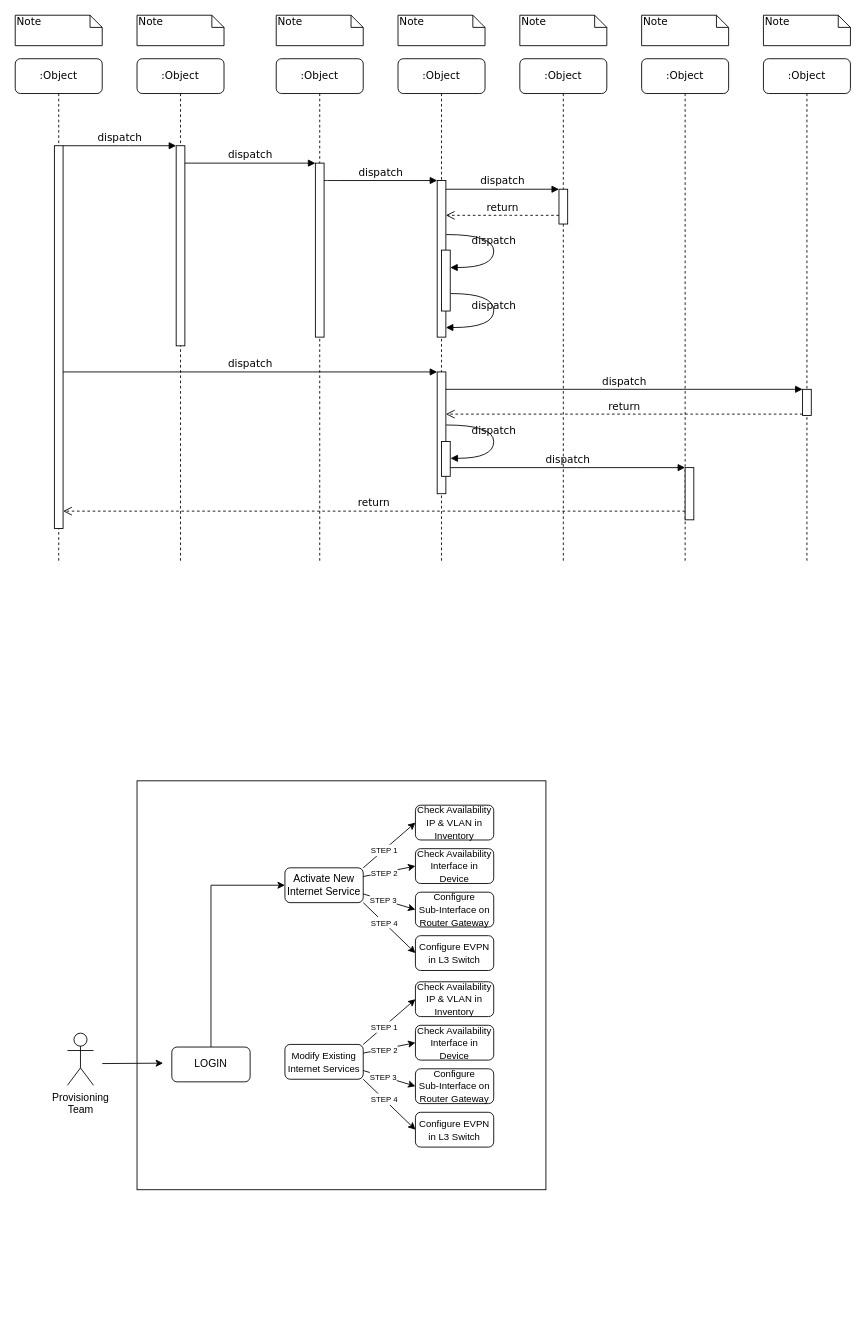
This is Untitled Diagram.drawio from zhieos/Flowchart, a draw.io file, before an edit. Source tidied: cells renumbered, new cells numbered last; positions are measured from the earlier drawing's top-left corner, leaving out a move shared by most shapes. Both pictures are drawn from the tidied source at 87%, with x=0, y=0 at pixel (15, 15).
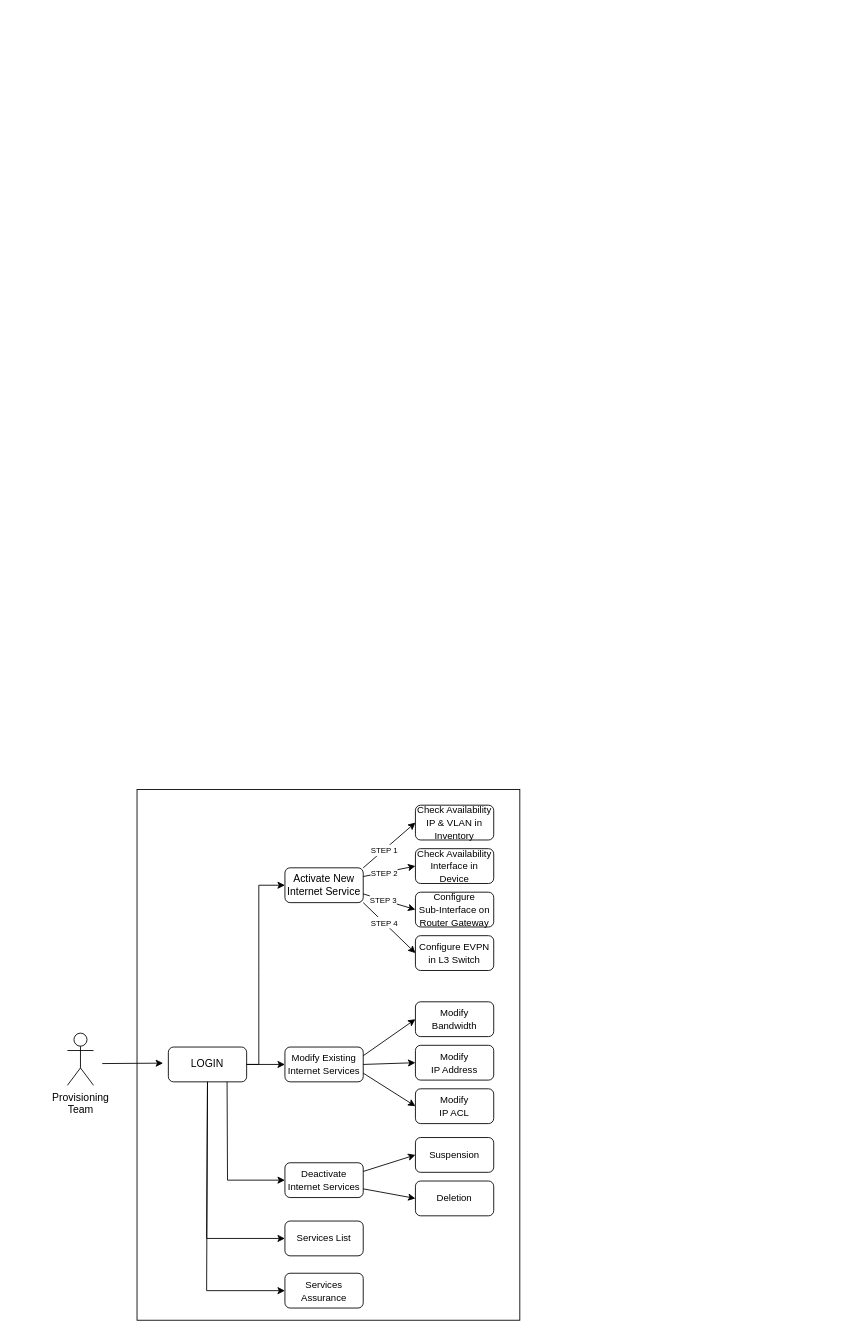
The same page after the edit.

Commit message:
Update use case Diagram.drawio

The change refers to these unchanged cells:
```xml
<mxCell id="42" value="Activate New Internet Service" style="rounded=1;whiteSpace=wrap;html=1;" parent="1" vertex="1">
  <mxGeometry x="310" y="980" width="90" height="40" as="geometry" />
</mxCell>
<mxCell id="66" style="endArrow=classic;html=1;rounded=0;exitX=1;exitY=0.75;exitDx=0;exitDy=0;entryX=0;entryY=0.5;entryDx=0;entryDy=0;" parent="1" edge="1" source="57" target="59">
  <mxGeometry relative="1" as="geometry" />
</mxCell>
```

Diff of the diagram source:
```diff
@@
-    <mxCell id="2" value=":Object" style="shape=umlLifeline;perimeter=lifelinePerimeter;whiteSpace=wrap;html=1;rounded=1;shadow=0;comic=0;labelBackgroundColor=none;strokeWidth=1;fontFamily=Verdana;fontSize=12;align=center;" parent="1" vertex="1">
-      <mxGeometry x="140" y="50" width="100" height="580" as="geometry" />
-    </mxCell>
-    <mxCell id="3" style="html=1;points=[];perimeter=orthogonalPerimeter;rounded=0;shadow=0;comic=0;labelBackgroundColor=none;strokeWidth=1;fontFamily=Verdana;fontSize=12;align=center;" parent="2" vertex="1">
-      <mxGeometry x="45" y="100" width="10" height="230" as="geometry" />
-    </mxCell>
-    <mxCell id="4" value=":Object" style="shape=umlLifeline;perimeter=lifelinePerimeter;whiteSpace=wrap;html=1;rounded=1;shadow=0;comic=0;labelBackgroundColor=none;strokeWidth=1;fontFamily=Verdana;fontSize=12;align=center;" parent="1" vertex="1">
-      <mxGeometry x="300" y="50" width="100" height="580" as="geometry" />
-    </mxCell>
-    <mxCell id="5" style="html=1;points=[];perimeter=orthogonalPerimeter;rounded=0;shadow=0;comic=0;labelBackgroundColor=none;strokeWidth=1;fontFamily=Verdana;fontSize=12;align=center;" parent="4" vertex="1">
-      <mxGeometry x="45" y="120" width="10" height="200" as="geometry" />
-    </mxCell>
-    <mxCell id="6" value=":Object" style="shape=umlLifeline;perimeter=lifelinePerimeter;whiteSpace=wrap;html=1;rounded=1;shadow=0;comic=0;labelBackgroundColor=none;strokeWidth=1;fontFamily=Verdana;fontSize=12;align=center;" parent="1" vertex="1">
-      <mxGeometry x="440" y="50" width="100" height="580" as="geometry" />
-    </mxCell>
-    <mxCell id="7" value=":Object" style="shape=umlLifeline;perimeter=lifelinePerimeter;whiteSpace=wrap;html=1;rounded=1;shadow=0;comic=0;labelBackgroundColor=none;strokeWidth=1;fontFamily=Verdana;fontSize=12;align=center;" parent="1" vertex="1">
-      <mxGeometry x="580" y="50" width="100" height="580" as="geometry" />
-    </mxCell>
-    <mxCell id="8" value=":Object" style="shape=umlLifeline;perimeter=lifelinePerimeter;whiteSpace=wrap;html=1;rounded=1;shadow=0;comic=0;labelBackgroundColor=none;strokeWidth=1;fontFamily=Verdana;fontSize=12;align=center;" parent="1" vertex="1">
-      <mxGeometry x="720" y="50" width="100" height="580" as="geometry" />
-    </mxCell>
-    <mxCell id="9" value=":Object" style="shape=umlLifeline;perimeter=lifelinePerimeter;whiteSpace=wrap;html=1;rounded=1;shadow=0;comic=0;labelBackgroundColor=none;strokeWidth=1;fontFamily=Verdana;fontSize=12;align=center;" parent="1" vertex="1">
-      <mxGeometry x="860" y="50" width="100" height="580" as="geometry" />
-    </mxCell>
-    <mxCell id="10" value=":Object" style="shape=umlLifeline;perimeter=lifelinePerimeter;whiteSpace=wrap;html=1;rounded=1;shadow=0;comic=0;labelBackgroundColor=none;strokeWidth=1;fontFamily=Verdana;fontSize=12;align=center;" parent="1" vertex="1">
-      <mxGeometry y="50" width="100" height="580" as="geometry" />
-    </mxCell>
-    <mxCell id="11" style="html=1;points=[];perimeter=orthogonalPerimeter;rounded=0;shadow=0;comic=0;labelBackgroundColor=none;strokeWidth=1;fontFamily=Verdana;fontSize=12;align=center;" parent="10" vertex="1">
-      <mxGeometry x="45" y="100" width="10" height="440" as="geometry" />
-    </mxCell>
-    <mxCell id="12" style="html=1;points=[];perimeter=orthogonalPerimeter;rounded=0;shadow=0;comic=0;labelBackgroundColor=none;strokeWidth=1;fontFamily=Verdana;fontSize=12;align=center;" parent="1" vertex="1">
-      <mxGeometry x="485" y="190" width="10" height="180" as="geometry" />
-    </mxCell>
-    <mxCell id="13" value="dispatch" style="html=1;verticalAlign=bottom;endArrow=block;labelBackgroundColor=none;fontFamily=Verdana;fontSize=12;edgeStyle=elbowEdgeStyle;elbow=vertical;" parent="1" edge="1" source="5" target="12">
-      <mxGeometry relative="1" as="geometry">
-        <Array as="points">
-          <mxPoint x="360" y="190" />
-        </Array>
-      </mxGeometry>
-    </mxCell>
-    <mxCell id="14" style="html=1;points=[];perimeter=orthogonalPerimeter;rounded=0;shadow=0;comic=0;labelBackgroundColor=none;strokeWidth=1;fontFamily=Verdana;fontSize=12;align=center;" parent="1" vertex="1">
-      <mxGeometry x="625" y="200" width="10" height="40" as="geometry" />
-    </mxCell>
-    <mxCell id="15" value="dispatch" style="html=1;verticalAlign=bottom;endArrow=block;entryX=0;entryY=0;labelBackgroundColor=none;fontFamily=Verdana;fontSize=12;edgeStyle=elbowEdgeStyle;elbow=vertical;" parent="1" edge="1" source="12" target="14">
-      <mxGeometry relative="1" as="geometry" />
-    </mxCell>
-    <mxCell id="16" value="return" style="html=1;verticalAlign=bottom;endArrow=open;dashed=1;endSize=8;labelBackgroundColor=none;fontFamily=Verdana;fontSize=12;edgeStyle=elbowEdgeStyle;elbow=vertical;" parent="1" edge="1" source="14" target="12">
-      <mxGeometry relative="1" as="geometry">
-        <Array as="points">
-          <mxPoint x="570" y="230" />
-          <mxPoint x="600" y="230" />
-        </Array>
-      </mxGeometry>
-    </mxCell>
-    <mxCell id="17" style="html=1;points=[];perimeter=orthogonalPerimeter;rounded=0;shadow=0;comic=0;labelBackgroundColor=none;strokeWidth=1;fontFamily=Verdana;fontSize=12;align=center;" parent="1" vertex="1">
-      <mxGeometry x="485" y="410" width="10" height="140" as="geometry" />
-    </mxCell>
-    <mxCell id="18" value="dispatch" style="html=1;verticalAlign=bottom;endArrow=block;entryX=0;entryY=0;labelBackgroundColor=none;fontFamily=Verdana;fontSize=12;" parent="1" edge="1" source="11" target="17">
-      <mxGeometry relative="1" as="geometry" />
-    </mxCell>
-    <mxCell id="19" style="html=1;points=[];perimeter=orthogonalPerimeter;rounded=0;shadow=0;comic=0;labelBackgroundColor=none;strokeColor=#000000;strokeWidth=1;fillColor=#FFFFFF;fontFamily=Verdana;fontSize=12;fontColor=#000000;align=center;" parent="1" vertex="1">
-      <mxGeometry x="905" y="430" width="10" height="30" as="geometry" />
-    </mxCell>
-    <mxCell id="20" value="dispatch" style="html=1;verticalAlign=bottom;endArrow=block;entryX=0;entryY=0;labelBackgroundColor=none;fontFamily=Verdana;fontSize=12;" parent="1" edge="1" source="17" target="19">
-      <mxGeometry relative="1" as="geometry" />
-    </mxCell>
-    <mxCell id="21" value="return" style="html=1;verticalAlign=bottom;endArrow=open;dashed=1;endSize=8;exitX=0;exitY=0.95;labelBackgroundColor=none;fontFamily=Verdana;fontSize=12;" parent="1" edge="1" source="19" target="17">
-      <mxGeometry relative="1" as="geometry" />
-    </mxCell>
-    <mxCell id="22" style="html=1;points=[];perimeter=orthogonalPerimeter;rounded=0;shadow=0;comic=0;labelBackgroundColor=none;strokeWidth=1;fontFamily=Verdana;fontSize=12;align=center;" parent="1" vertex="1">
-      <mxGeometry x="770" y="520" width="10" height="60" as="geometry" />
-    </mxCell>
-    <mxCell id="23" value="dispatch" style="html=1;verticalAlign=bottom;endArrow=block;entryX=0;entryY=0;labelBackgroundColor=none;fontFamily=Verdana;fontSize=12;edgeStyle=elbowEdgeStyle;elbow=vertical;" parent="1" edge="1" source="30" target="22">
-      <mxGeometry relative="1" as="geometry" />
-    </mxCell>
-    <mxCell id="24" value="return" style="html=1;verticalAlign=bottom;endArrow=open;dashed=1;endSize=8;labelBackgroundColor=none;fontFamily=Verdana;fontSize=12;edgeStyle=elbowEdgeStyle;elbow=vertical;" parent="1" edge="1" source="22" target="11">
-      <mxGeometry relative="1" as="geometry">
-        <Array as="points">
-          <mxPoint x="470" y="570" />
-        </Array>
-      </mxGeometry>
-    </mxCell>
-    <mxCell id="25" value="dispatch" style="html=1;verticalAlign=bottom;endArrow=block;entryX=0;entryY=0;labelBackgroundColor=none;fontFamily=Verdana;fontSize=12;edgeStyle=elbowEdgeStyle;elbow=vertical;" parent="1" edge="1" source="11" target="3">
-      <mxGeometry relative="1" as="geometry" />
-    </mxCell>
-    <mxCell id="26" value="dispatch" style="html=1;verticalAlign=bottom;endArrow=block;entryX=0;entryY=0;labelBackgroundColor=none;fontFamily=Verdana;fontSize=12;edgeStyle=elbowEdgeStyle;elbow=vertical;" parent="1" edge="1" source="3" target="5">
-      <mxGeometry relative="1" as="geometry" />
-    </mxCell>
-    <mxCell id="27" style="html=1;points=[];perimeter=orthogonalPerimeter;rounded=0;shadow=0;comic=0;labelBackgroundColor=none;strokeWidth=1;fontFamily=Verdana;fontSize=12;align=center;" parent="1" vertex="1">
-      <mxGeometry x="490" y="270" width="10" height="70" as="geometry" />
-    </mxCell>
-    <mxCell id="28" value="dispatch" style="html=1;verticalAlign=bottom;endArrow=block;labelBackgroundColor=none;fontFamily=Verdana;fontSize=12;elbow=vertical;edgeStyle=orthogonalEdgeStyle;curved=1;entryX=1;entryY=0.286;entryPerimeter=0;exitX=1.038;exitY=0.345;exitPerimeter=0;" parent="1" edge="1" source="12" target="27">
-      <mxGeometry relative="1" as="geometry">
-        <Array as="points">
-          <mxPoint x="550" y="252" />
-          <mxPoint x="550" y="290" />
-        </Array>
-      </mxGeometry>
-    </mxCell>
-    <mxCell id="29" value="dispatch" style="html=1;verticalAlign=bottom;endArrow=block;labelBackgroundColor=none;fontFamily=Verdana;fontSize=12;elbow=vertical;edgeStyle=orthogonalEdgeStyle;curved=1;exitX=1.066;exitY=0.713;exitPerimeter=0;" parent="1" edge="1" source="27">
-      <mxGeometry relative="1" as="geometry">
-        <mxPoint x="495" y="359" as="targetPoint" />
-        <Array as="points">
-          <mxPoint x="550" y="320" />
-          <mxPoint x="550" y="359" />
-        </Array>
-      </mxGeometry>
-    </mxCell>
-    <mxCell id="30" style="html=1;points=[];perimeter=orthogonalPerimeter;rounded=0;shadow=0;comic=0;labelBackgroundColor=none;strokeWidth=1;fontFamily=Verdana;fontSize=12;align=center;" parent="1" vertex="1">
-      <mxGeometry x="490" y="490" width="10" height="40" as="geometry" />
-    </mxCell>
-    <mxCell id="31" value="dispatch" style="html=1;verticalAlign=bottom;endArrow=block;labelBackgroundColor=none;fontFamily=Verdana;fontSize=12;elbow=vertical;edgeStyle=orthogonalEdgeStyle;curved=1;entryX=1;entryY=0.286;entryPerimeter=0;exitX=1.038;exitY=0.345;exitPerimeter=0;" parent="1" edge="1">
-      <mxGeometry relative="1" as="geometry">
-        <mxPoint x="495.3" y="471" as="sourcePoint" />
-        <mxPoint x="500.3" y="509.3" as="targetPoint" />
-        <Array as="points">
-          <mxPoint x="550" y="471" />
-          <mxPoint x="550" y="509" />
-        </Array>
-      </mxGeometry>
-    </mxCell>
-    <mxCell id="32" value="Note" style="shape=note;whiteSpace=wrap;html=1;size=14;verticalAlign=top;align=left;spacingTop=-6;rounded=0;shadow=0;comic=0;labelBackgroundColor=none;strokeWidth=1;fontFamily=Verdana;fontSize=12;" parent="1" vertex="1">
-      <mxGeometry width="100" height="35" as="geometry" />
-    </mxCell>
-    <mxCell id="33" value="Note" style="shape=note;whiteSpace=wrap;html=1;size=14;verticalAlign=top;align=left;spacingTop=-6;rounded=0;shadow=0;comic=0;labelBackgroundColor=none;strokeWidth=1;fontFamily=Verdana;fontSize=12;" parent="1" vertex="1">
-      <mxGeometry x="140" width="100" height="35" as="geometry" />
-    </mxCell>
-    <mxCell id="34" value="Note" style="shape=note;whiteSpace=wrap;html=1;size=14;verticalAlign=top;align=left;spacingTop=-6;rounded=0;shadow=0;comic=0;labelBackgroundColor=none;strokeWidth=1;fontFamily=Verdana;fontSize=12;" parent="1" vertex="1">
-      <mxGeometry x="300" width="100" height="35" as="geometry" />
-    </mxCell>
-    <mxCell id="35" value="Note" style="shape=note;whiteSpace=wrap;html=1;size=14;verticalAlign=top;align=left;spacingTop=-6;rounded=0;shadow=0;comic=0;labelBackgroundColor=none;strokeWidth=1;fontFamily=Verdana;fontSize=12;" parent="1" vertex="1">
-      <mxGeometry x="440" width="100" height="35" as="geometry" />
-    </mxCell>
-    <mxCell id="36" value="Note" style="shape=note;whiteSpace=wrap;html=1;size=14;verticalAlign=top;align=left;spacingTop=-6;rounded=0;shadow=0;comic=0;labelBackgroundColor=none;strokeWidth=1;fontFamily=Verdana;fontSize=12;" parent="1" vertex="1">
-      <mxGeometry x="580" width="100" height="35" as="geometry" />
-    </mxCell>
-    <mxCell id="37" value="Note" style="shape=note;whiteSpace=wrap;html=1;size=14;verticalAlign=top;align=left;spacingTop=-6;rounded=0;shadow=0;comic=0;labelBackgroundColor=none;strokeWidth=1;fontFamily=Verdana;fontSize=12;" parent="1" vertex="1">
-      <mxGeometry x="720" width="100" height="35" as="geometry" />
-    </mxCell>
-    <mxCell id="38" value="Note" style="shape=note;whiteSpace=wrap;html=1;size=14;verticalAlign=top;align=left;spacingTop=-6;rounded=0;shadow=0;comic=0;labelBackgroundColor=none;strokeWidth=1;fontFamily=Verdana;fontSize=12;" parent="1" vertex="1">
-      <mxGeometry x="860" width="100" height="35" as="geometry" />
-    </mxCell>
@@
     <mxCell id="40" style="whiteSpace=wrap;html=1;" parent="1" vertex="1">
-      <mxGeometry x="140" y="880" width="470" height="470" as="geometry" />
+      <mxGeometry x="140" y="890" width="440" height="610" as="geometry" />
     </mxCell>
     <mxCell id="41" value="LOGIN" style="rounded=1;whiteSpace=wrap;html=1;" parent="1" vertex="1">
-      <mxGeometry x="180" y="1186" width="90" height="40" as="geometry" />
+      <mxGeometry x="176" y="1186" width="90" height="40" as="geometry" />
     </mxCell>
@@
-    <mxCell id="56" style="endArrow=classic;html=1;rounded=0;exitX=0.5;exitY=0;exitDx=0;exitDy=0;entryX=0;entryY=0.5;entryDx=0;entryDy=0;" parent="1" edge="1" source="41" target="42">
+    <mxCell id="56" style="endArrow=classic;html=1;rounded=0;entryX=0;entryY=0.5;entryDx=0;entryDy=0;exitX=1;exitY=0.5;exitDx=0;exitDy=0;" parent="1" edge="1" source="41" target="42">
       <mxGeometry relative="1" as="geometry">
         <Array as="points">
-          <mxPoint x="225" y="1000" />
+          <mxPoint x="280" y="1206" />
+          <mxPoint x="280" y="1100" />
+          <mxPoint x="280" y="1000" />
         </Array>
       </mxGeometry>
     </mxCell>
     <mxCell id="57" value="&lt;span style=&quot;font-size: 11px;&quot;&gt;Modify Existing Internet Services&lt;/span&gt;" style="rounded=1;whiteSpace=wrap;html=1;" parent="1" vertex="1">
-      <mxGeometry x="310" y="1183" width="90" height="40" as="geometry" />
+      <mxGeometry x="310" y="1186" width="90" height="40" as="geometry" />
     </mxCell>
-    <mxCell id="58" value="&lt;font style=&quot;font-size: 11px;&quot;&gt;Check Availability IP &amp;amp; VLAN in Inventory&lt;/font&gt;" style="rounded=1;whiteSpace=wrap;html=1;" parent="1" vertex="1">
-      <mxGeometry x="460" y="1111" width="90" height="40" as="geometry" />
+    <mxCell id="58" value="&lt;font style=&quot;font-size: 11px;&quot;&gt;Modify&lt;/font&gt;&lt;div&gt;&lt;font style=&quot;font-size: 11px;&quot;&gt;Bandwidth&lt;/font&gt;&lt;/div&gt;" style="rounded=1;whiteSpace=wrap;html=1;" parent="1" vertex="1">
+      <mxGeometry x="460" y="1134" width="90" height="40" as="geometry" />
     </mxCell>
-    <mxCell id="59" value="&lt;font style=&quot;font-size: 11px;&quot;&gt;Configure&lt;/font&gt;&lt;div&gt;&lt;font style=&quot;font-size: 11px;&quot;&gt;Sub-Interface on Router Gateway&lt;/font&gt;&lt;/div&gt;" style="rounded=1;whiteSpace=wrap;html=1;" parent="1" vertex="1">
-      <mxGeometry x="460" y="1211" width="90" height="40" as="geometry" />
+    <mxCell id="59" value="&lt;span style=&quot;font-size: 11px;&quot;&gt;Modify&lt;/span&gt;&lt;div&gt;&lt;span style=&quot;font-size: 11px;&quot;&gt;IP ACL&lt;/span&gt;&lt;/div&gt;" style="rounded=1;whiteSpace=wrap;html=1;" parent="1" vertex="1">
+      <mxGeometry x="460" y="1234" width="90" height="40" as="geometry" />
     </mxCell>
-    <mxCell id="60" value="&lt;font style=&quot;font-size: 11px;&quot;&gt;Check Availability Interface in Device&lt;/font&gt;" style="rounded=1;whiteSpace=wrap;html=1;" parent="1" vertex="1">
-      <mxGeometry x="460" y="1161" width="90" height="40" as="geometry" />
+    <mxCell id="60" value="&lt;font style=&quot;font-size: 11px;&quot;&gt;Modify&lt;/font&gt;&lt;div&gt;&lt;font style=&quot;font-size: 11px;&quot;&gt;IP Address&lt;/font&gt;&lt;/div&gt;" style="rounded=1;whiteSpace=wrap;html=1;" parent="1" vertex="1">
+      <mxGeometry x="460" y="1184" width="90" height="40" as="geometry" />
     </mxCell>
-    <mxCell id="61" value="&lt;font style=&quot;font-size: 11px;&quot;&gt;Configure EVPN in L3 Switch&lt;/font&gt;" style="rounded=1;whiteSpace=wrap;html=1;" parent="1" vertex="1">
-      <mxGeometry x="460" y="1261" width="90" height="40" as="geometry" />
-    </mxCell>
-    <mxCell id="62" style="endArrow=classic;html=1;rounded=0;exitX=1;exitY=0;exitDx=0;exitDy=0;entryX=0;entryY=0.5;entryDx=0;entryDy=0;" parent="1" edge="1" source="57" target="58">
+    <mxCell id="62" style="endArrow=classic;html=1;rounded=0;exitX=1;exitY=0.25;exitDx=0;exitDy=0;entryX=0;entryY=0.5;entryDx=0;entryDy=0;" parent="1" edge="1" source="57" target="58">
       <mxGeometry relative="1" as="geometry" />
     </mxCell>
-    <mxCell id="63" value="&lt;font style=&quot;font-size: 9px;&quot;&gt;STEP 1&lt;/font&gt;" style="edgeLabel;html=1;align=center;verticalAlign=middle;" parent="62" vertex="1">
-      <mxGeometry x="-0.22" relative="1" as="geometry" />
-    </mxCell>
-    <mxCell id="64" style="endArrow=classic;html=1;rounded=0;exitX=1;exitY=0.25;exitDx=0;exitDy=0;entryX=0;entryY=0.5;entryDx=0;entryDy=0;" parent="1" edge="1" source="57" target="60">
+    <mxCell id="64" style="endArrow=classic;html=1;rounded=0;exitX=1;exitY=0.5;exitDx=0;exitDy=0;entryX=0;entryY=0.5;entryDx=0;entryDy=0;" parent="1" edge="1" source="57" target="60">
       <mxGeometry relative="1" as="geometry" />
     </mxCell>
-    <mxCell id="65" value="&lt;font style=&quot;font-size: 9px;&quot;&gt;STEP 2&lt;/font&gt;" style="edgeLabel;html=1;align=center;verticalAlign=middle;" parent="64" vertex="1">
-      <mxGeometry x="-0.22" relative="1" as="geometry" />
-    </mxCell>
@@
-    <mxCell id="67" value="&lt;font style=&quot;font-size: 9px;&quot;&gt;STEP 3&lt;/font&gt;" style="edgeLabel;html=1;align=center;verticalAlign=middle;" parent="66" vertex="1">
-      <mxGeometry x="-0.22" relative="1" as="geometry" />
-    </mxCell>
-    <mxCell id="68" style="endArrow=classic;html=1;rounded=0;exitX=1;exitY=1;exitDx=0;exitDy=0;entryX=0;entryY=0.5;entryDx=0;entryDy=0;" parent="1" edge="1" source="57" target="61">
-      <mxGeometry relative="1" as="geometry" />
-    </mxCell>
-    <mxCell id="69" value="&lt;font style=&quot;font-size: 9px;&quot;&gt;STEP 4&lt;/font&gt;" style="edgeLabel;html=1;align=center;verticalAlign=middle;" parent="68" vertex="1">
-      <mxGeometry x="-0.22" relative="1" as="geometry" />
-    </mxCell>
+    <mxCell id="70" style="endArrow=classic;html=1;rounded=0;exitX=1;exitY=0.5;exitDx=0;exitDy=0;entryX=0;entryY=0.5;entryDx=0;entryDy=0;" parent="1" edge="1" source="41" target="57">
+      <mxGeometry relative="1" as="geometry" />
+    </mxCell>
+    <mxCell id="71" value="&lt;span style=&quot;font-size: 11px;&quot;&gt;Deactivate&lt;/span&gt;&lt;div&gt;&lt;span style=&quot;font-size: 11px;&quot;&gt;Internet Services&lt;/span&gt;&lt;/div&gt;" style="rounded=1;whiteSpace=wrap;html=1;" parent="1" vertex="1">
+      <mxGeometry x="310" y="1319" width="90" height="40" as="geometry" />
+    </mxCell>
+    <mxCell id="72" value="&lt;span style=&quot;font-size: 11px;&quot;&gt;Suspension&lt;/span&gt;" style="rounded=1;whiteSpace=wrap;html=1;" parent="1" vertex="1">
+      <mxGeometry x="460" y="1290" width="90" height="40" as="geometry" />
+    </mxCell>
+    <mxCell id="73" value="&lt;span style=&quot;font-size: 11px;&quot;&gt;Deletion&lt;/span&gt;" style="rounded=1;whiteSpace=wrap;html=1;" parent="1" vertex="1">
+      <mxGeometry x="460" y="1340" width="90" height="40" as="geometry" />
+    </mxCell>
+    <mxCell id="74" style="endArrow=classic;html=1;rounded=0;exitX=1;exitY=0.25;exitDx=0;exitDy=0;entryX=0;entryY=0.5;entryDx=0;entryDy=0;" parent="1" edge="1" source="71" target="72">
+      <mxGeometry relative="1" as="geometry" />
+    </mxCell>
+    <mxCell id="75" style="endArrow=classic;html=1;rounded=0;exitX=1;exitY=0.75;exitDx=0;exitDy=0;entryX=0;entryY=0.5;entryDx=0;entryDy=0;" parent="1" edge="1" source="71" target="73">
+      <mxGeometry relative="1" as="geometry" />
+    </mxCell>
+    <mxCell id="76" style="endArrow=classic;html=1;rounded=0;exitX=0.75;exitY=1;exitDx=0;exitDy=0;entryX=0;entryY=0.5;entryDx=0;entryDy=0;" parent="1" edge="1" source="41" target="71">
+      <mxGeometry relative="1" as="geometry">
+        <Array as="points">
+          <mxPoint x="244" y="1339" />
+        </Array>
+      </mxGeometry>
+    </mxCell>
+    <mxCell id="77" value="&lt;span style=&quot;font-size: 11px;&quot;&gt;Services List&lt;/span&gt;" style="rounded=1;whiteSpace=wrap;html=1;" parent="1" vertex="1">
+      <mxGeometry x="310" y="1386" width="90" height="40" as="geometry" />
+    </mxCell>
+    <mxCell id="78" style="endArrow=classic;html=1;rounded=0;exitX=0.5;exitY=1;exitDx=0;exitDy=0;entryX=0;entryY=0.5;entryDx=0;entryDy=0;" parent="1" edge="1" source="41" target="77">
+      <mxGeometry relative="1" as="geometry">
+        <Array as="points">
+          <mxPoint x="220" y="1406" />
+        </Array>
+      </mxGeometry>
+    </mxCell>
+    <mxCell id="79" value="&lt;span style=&quot;font-size: 11px;&quot;&gt;Services Assurance&lt;/span&gt;" style="rounded=1;whiteSpace=wrap;html=1;" parent="1" vertex="1">
+      <mxGeometry x="310" y="1446" width="90" height="40" as="geometry" />
+    </mxCell>
+    <mxCell id="80" style="endArrow=classic;html=1;rounded=0;exitX=0.5;exitY=1;exitDx=0;exitDy=0;entryX=0;entryY=0.5;entryDx=0;entryDy=0;" parent="1" edge="1" source="41" target="79">
+      <mxGeometry relative="1" as="geometry">
+        <Array as="points">
+          <mxPoint x="220" y="1466" />
+        </Array>
+      </mxGeometry>
+    </mxCell>
```
